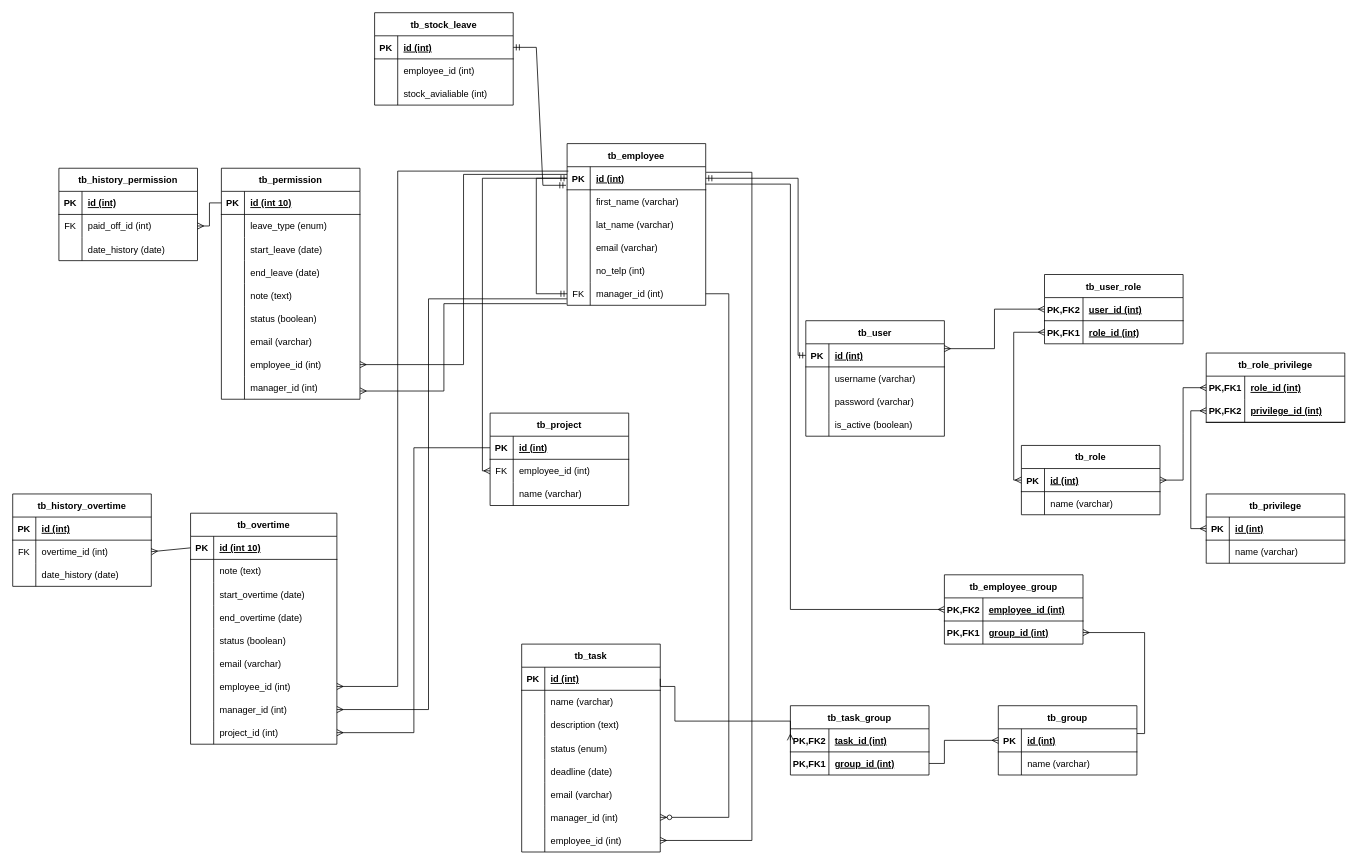
Earlier version of the draw.io diagram Final.drawio (zarmintaa/Skripsi). Source tidied: cells renumbered, new cells numbered last; positions are measured from the earlier drawing's top-left corner, leaving out a move shared by most shapes. Both pictures are drawn from the tidied source at 77%, with x=0, y=0 at pixel (12, 12).
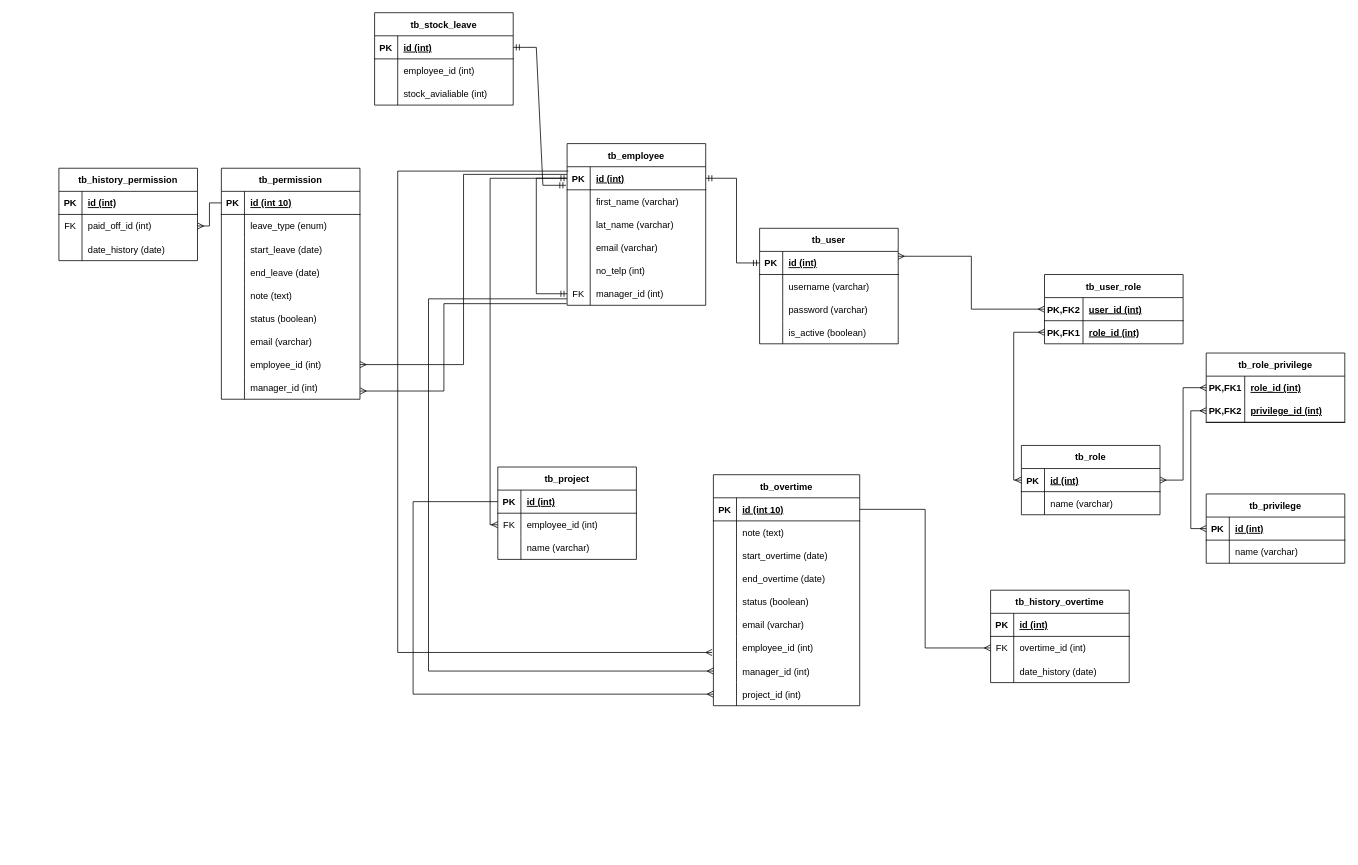
The same page after the edit.

The change refers to these unchanged cells:
```xml
<mxCell id="3" style="shape=tableRow;horizontal=0;startSize=0;swimlaneHead=0;swimlaneBody=0;fillColor=none;points=[[0,0.5],[1,0.5]];portConstraint=eastwest;top=0;left=0;right=0;bottom=1;" parent="2" vertex="1">
  <mxGeometry y="30" width="180" height="30" as="geometry" />
</mxCell>
<mxCell id="30" style="shape=tableRow;horizontal=0;startSize=0;swimlaneHead=0;swimlaneBody=0;fillColor=none;points=[[0,0.5],[1,0.5]];portConstraint=eastwest;top=0;left=0;right=0;bottom=1;" parent="29" vertex="1">
  <mxGeometry y="30" width="180" height="30" as="geometry" />
</mxCell>
<mxCell id="45" style="shape=tableRow;horizontal=0;startSize=0;swimlaneHead=0;swimlaneBody=0;fillColor=none;points=[[0,0.5],[1,0.5]];portConstraint=eastwest;top=0;left=0;right=0;bottom=0;" parent="29" vertex="1">
  <mxGeometry y="180" width="180" height="30" as="geometry" />
</mxCell>
<mxCell id="99" style="shape=tableRow;horizontal=0;startSize=0;swimlaneHead=0;swimlaneBody=0;fillColor=none;points=[[0,0.5],[1,0.5]];portConstraint=eastwest;top=0;left=0;right=0;bottom=0;" parent="95" vertex="1">
  <mxGeometry y="60" width="180" height="30" as="geometry" />
</mxCell>
<mxCell id="171" style="shape=tableRow;horizontal=0;startSize=0;swimlaneHead=0;swimlaneBody=0;fillColor=none;points=[[0,0.5],[1,0.5]];portConstraint=eastwest;top=0;left=0;right=0;bottom=1;" parent="170" vertex="1">
  <mxGeometry y="30" width="190" height="30" as="geometry" />
</mxCell>
<mxCell id="189" style="shape=tableRow;horizontal=0;startSize=0;swimlaneHead=0;swimlaneBody=0;fillColor=none;points=[[0,0.5],[1,0.5]];portConstraint=eastwest;top=0;left=0;right=0;bottom=0;" parent="170" vertex="1">
  <mxGeometry y="210" width="190" height="30" as="geometry" />
</mxCell>
<mxCell id="192" style="shape=tableRow;horizontal=0;startSize=0;swimlaneHead=0;swimlaneBody=0;fillColor=none;points=[[0,0.5],[1,0.5]];portConstraint=eastwest;top=0;left=0;right=0;bottom=0;" parent="170" vertex="1">
  <mxGeometry y="240" width="190" height="30" as="geometry" />
</mxCell>
<mxCell id="195" style="shape=tableRow;horizontal=0;startSize=0;swimlaneHead=0;swimlaneBody=0;fillColor=none;points=[[0,0.5],[1,0.5]];portConstraint=eastwest;top=0;left=0;right=0;bottom=0;" parent="170" vertex="1">
  <mxGeometry y="270" width="190" height="30" as="geometry" />
</mxCell>
<mxCell id="214" style="shape=tableRow;horizontal=0;startSize=0;swimlaneHead=0;swimlaneBody=0;fillColor=none;points=[[0,0.5],[1,0.5]];portConstraint=eastwest;top=0;left=0;right=0;bottom=1;" parent="213" vertex="1">
  <mxGeometry y="30" width="180" height="30" as="geometry" />
</mxCell>
```

Change to the diagram source:
```diff
@@
     <mxCell id="2" value="tb_user" style="shape=table;startSize=30;childLayout=tableLayout;rowLines=0;fontStyle=1;align=center;" parent="1" vertex="1">
-      <mxGeometry x="1030" y="400" width="180" height="150" as="geometry" />
+      <mxGeometry x="970" y="280" width="180" height="150" as="geometry" />
     </mxCell>
@@
     <mxCell id="84" style="edgeStyle=elbowEdgeStyle;fontSize=12;html=1;endArrow=ERmandOne;startArrow=ERmandOne;rounded=0;exitX=0;exitY=0.5;exitDx=0;exitDy=0;entryX=1;entryY=0.5;entryDx=0;entryDy=0;" parent="1" edge="1" source="3" target="30">
       <mxGeometry relative="1" as="geometry">
         <Array as="points">
-          <mxPoint x="1020" y="370" />
+          <mxPoint x="940" y="300" />
           <mxPoint x="1040" y="420" />
           <mxPoint x="980" y="470" />
         </Array>
       </mxGeometry>
     </mxCell>
@@
     <mxCell id="95" value="tb_history_overtime" style="shape=table;startSize=30;childLayout=tableLayout;rowLines=0;fontStyle=1;align=center;" parent="1" vertex="1">
-      <mxGeometry y="625" width="180" height="120" as="geometry" />
+      <mxGeometry x="1270" y="750" width="180" height="120" as="geometry" />
     </mxCell>
@@
-    <mxCell id="116" value="tb_task" style="shape=table;startSize=30;childLayout=tableLayout;rowLines=0;fontStyle=1;align=center;" parent="1" vertex="1">
-      <mxGeometry x="661" y="820" width="180" height="270" as="geometry" />
-    </mxCell>
-    <mxCell id="117" style="shape=tableRow;horizontal=0;startSize=0;swimlaneHead=0;swimlaneBody=0;fillColor=none;points=[[0,0.5],[1,0.5]];portConstraint=eastwest;top=0;left=0;right=0;bottom=1;" parent="116" vertex="1">
-      <mxGeometry y="30" width="180" height="30" as="geometry" />
-    </mxCell>
-    <mxCell id="118" value="PK" style="shape=partialRectangle;fillColor=none;top=0;left=0;bottom=0;right=0;fontStyle=1;overflow=hidden;" parent="117" vertex="1">
-      <mxGeometry width="30" height="30" as="geometry" />
-    </mxCell>
-    <mxCell id="119" value="id (int)" style="shape=partialRectangle;fillColor=none;top=0;left=0;bottom=0;right=0;align=left;spacingLeft=6;fontStyle=5;overflow=hidden;" parent="117" vertex="1">
-      <mxGeometry x="30" width="150" height="30" as="geometry" />
-    </mxCell>
-    <mxCell id="120" style="shape=tableRow;horizontal=0;startSize=0;swimlaneHead=0;swimlaneBody=0;fillColor=none;top=0;left=0;right=0;bottom=0;" parent="116" vertex="1">
-      <mxGeometry y="60" width="180" height="30" as="geometry" />
-    </mxCell>
-    <mxCell id="121" style="shape=partialRectangle;fillColor=none;top=0;left=0;bottom=0;right=0;overflow=hidden;" parent="120" vertex="1">
-      <mxGeometry width="30" height="30" as="geometry" />
-    </mxCell>
-    <mxCell id="122" value="name (varchar)" style="shape=partialRectangle;fillColor=none;top=0;left=0;bottom=0;right=0;align=left;spacingLeft=6;overflow=hidden;" parent="120" vertex="1">
-      <mxGeometry x="30" width="150" height="30" as="geometry" />
-    </mxCell>
-    <mxCell id="123" style="shape=tableRow;horizontal=0;startSize=0;swimlaneHead=0;swimlaneBody=0;fillColor=none;top=0;left=0;right=0;bottom=0;" parent="116" vertex="1">
-      <mxGeometry y="90" width="180" height="30" as="geometry" />
-    </mxCell>
-    <mxCell id="124" style="shape=partialRectangle;fillColor=none;top=0;left=0;bottom=0;right=0;overflow=hidden;" parent="123" vertex="1">
-      <mxGeometry width="30" height="30" as="geometry" />
-    </mxCell>
-    <mxCell id="125" value="description (text)" style="shape=partialRectangle;fillColor=none;top=0;left=0;bottom=0;right=0;align=left;spacingLeft=6;overflow=hidden;" parent="123" vertex="1">
-      <mxGeometry x="30" width="150" height="30" as="geometry" />
-    </mxCell>
-    <mxCell id="126" style="shape=tableRow;horizontal=0;startSize=0;swimlaneHead=0;swimlaneBody=0;fillColor=none;top=0;left=0;right=0;bottom=0;" parent="116" vertex="1">
-      <mxGeometry y="120" width="180" height="30" as="geometry" />
-    </mxCell>
-    <mxCell id="127" style="shape=partialRectangle;fillColor=none;top=0;left=0;bottom=0;right=0;overflow=hidden;" parent="126" vertex="1">
-      <mxGeometry width="30" height="30" as="geometry" />
-    </mxCell>
-    <mxCell id="128" value="status (enum)" style="shape=partialRectangle;fillColor=none;top=0;left=0;bottom=0;right=0;align=left;spacingLeft=6;overflow=hidden;" parent="126" vertex="1">
-      <mxGeometry x="30" width="150" height="30" as="geometry" />
-    </mxCell>
-    <mxCell id="129" style="shape=tableRow;horizontal=0;startSize=0;swimlaneHead=0;swimlaneBody=0;fillColor=none;top=0;left=0;right=0;bottom=0;" parent="116" vertex="1">
-      <mxGeometry y="150" width="180" height="30" as="geometry" />
-    </mxCell>
-    <mxCell id="130" style="shape=partialRectangle;fillColor=none;top=0;left=0;bottom=0;right=0;overflow=hidden;" parent="129" vertex="1">
-      <mxGeometry width="30" height="30" as="geometry" />
-    </mxCell>
-    <mxCell id="131" value="deadline (date)" style="shape=partialRectangle;fillColor=none;top=0;left=0;bottom=0;right=0;align=left;spacingLeft=6;overflow=hidden;" parent="129" vertex="1">
-      <mxGeometry x="30" width="150" height="30" as="geometry" />
-    </mxCell>
-    <mxCell id="132" style="shape=tableRow;horizontal=0;startSize=0;swimlaneHead=0;swimlaneBody=0;fillColor=none;top=0;left=0;right=0;bottom=0;" parent="116" vertex="1">
-      <mxGeometry y="180" width="180" height="30" as="geometry" />
-    </mxCell>
-    <mxCell id="133" style="shape=partialRectangle;fillColor=none;top=0;left=0;bottom=0;right=0;overflow=hidden;" parent="132" vertex="1">
-      <mxGeometry width="30" height="30" as="geometry" />
-    </mxCell>
-    <mxCell id="134" value="email (varchar)" style="shape=partialRectangle;fillColor=none;top=0;left=0;bottom=0;right=0;align=left;spacingLeft=6;overflow=hidden;" parent="132" vertex="1">
-      <mxGeometry x="30" width="150" height="30" as="geometry" />
-    </mxCell>
-    <mxCell id="135" style="shape=tableRow;horizontal=0;startSize=0;swimlaneHead=0;swimlaneBody=0;fillColor=none;points=[[0,0.5],[1,0.5]];portConstraint=eastwest;top=0;left=0;right=0;bottom=0;" parent="116" vertex="1">
-      <mxGeometry y="210" width="180" height="30" as="geometry" />
-    </mxCell>
-    <mxCell id="136" style="shape=partialRectangle;fillColor=none;top=0;left=0;bottom=0;right=0;overflow=hidden;" parent="135" vertex="1">
-      <mxGeometry width="30" height="30" as="geometry" />
-    </mxCell>
-    <mxCell id="137" value="manager_id (int)" style="shape=partialRectangle;fillColor=none;top=0;left=0;bottom=0;right=0;align=left;spacingLeft=6;overflow=hidden;" parent="135" vertex="1">
-      <mxGeometry x="30" width="150" height="30" as="geometry" />
-    </mxCell>
-    <mxCell id="138" style="shape=tableRow;horizontal=0;startSize=0;swimlaneHead=0;swimlaneBody=0;fillColor=none;points=[[0,0.5],[1,0.5]];portConstraint=eastwest;top=0;left=0;right=0;bottom=0;" parent="116" vertex="1">
-      <mxGeometry y="240" width="180" height="30" as="geometry" />
-    </mxCell>
-    <mxCell id="139" style="shape=partialRectangle;fillColor=none;top=0;left=0;bottom=0;right=0;overflow=hidden;" parent="138" vertex="1">
-      <mxGeometry width="30" height="30" as="geometry" />
-    </mxCell>
-    <mxCell id="140" value="employee_id (int)" style="shape=partialRectangle;fillColor=none;top=0;left=0;bottom=0;right=0;align=left;spacingLeft=6;overflow=hidden;" parent="138" vertex="1">
-      <mxGeometry x="30" width="150" height="30" as="geometry" />
-    </mxCell>
-    <mxCell id="141" value="tb_group" style="shape=table;startSize=30;childLayout=tableLayout;rowLines=0;fontStyle=1;align=center;" parent="1" vertex="1">
-      <mxGeometry x="1280" y="900" width="180" height="90" as="geometry" />
-    </mxCell>
-    <mxCell id="142" style="shape=tableRow;horizontal=0;startSize=0;swimlaneHead=0;swimlaneBody=0;fillColor=none;points=[[0,0.5],[1,0.5]];portConstraint=eastwest;top=0;left=0;right=0;bottom=1;" parent="141" vertex="1">
-      <mxGeometry y="30" width="180" height="30" as="geometry" />
-    </mxCell>
-    <mxCell id="143" value="PK" style="shape=partialRectangle;fillColor=none;top=0;left=0;bottom=0;right=0;fontStyle=1;overflow=hidden;" parent="142" vertex="1">
-      <mxGeometry width="30" height="30" as="geometry" />
-    </mxCell>
-    <mxCell id="144" value="id (int)" style="shape=partialRectangle;fillColor=none;top=0;left=0;bottom=0;right=0;align=left;spacingLeft=6;fontStyle=5;overflow=hidden;" parent="142" vertex="1">
-      <mxGeometry x="30" width="150" height="30" as="geometry" />
-    </mxCell>
-    <mxCell id="145" style="shape=tableRow;horizontal=0;startSize=0;swimlaneHead=0;swimlaneBody=0;fillColor=none;top=0;left=0;right=0;bottom=0;" parent="141" vertex="1">
-      <mxGeometry y="60" width="180" height="30" as="geometry" />
-    </mxCell>
-    <mxCell id="146" style="shape=partialRectangle;fillColor=none;top=0;left=0;bottom=0;right=0;overflow=hidden;" parent="145" vertex="1">
-      <mxGeometry width="30" height="30" as="geometry" />
-    </mxCell>
-    <mxCell id="147" value="name (varchar)" style="shape=partialRectangle;fillColor=none;top=0;left=0;bottom=0;right=0;align=left;spacingLeft=6;overflow=hidden;" parent="145" vertex="1">
-      <mxGeometry x="30" width="150" height="30" as="geometry" />
-    </mxCell>
-    <mxCell id="148" value="tb_task_group" style="shape=table;startSize=30;childLayout=tableLayout;rowLines=0;fontStyle=1;align=center;" parent="1" vertex="1">
-      <mxGeometry x="1010" y="900" width="180" height="90" as="geometry" />
-    </mxCell>
-    <mxCell id="149" style="shape=tableRow;horizontal=0;startSize=0;swimlaneHead=0;swimlaneBody=0;fillColor=none;points=[[0,0.5],[1,0.5]];portConstraint=eastwest;top=0;left=0;right=0;bottom=1;" parent="148" vertex="1">
-      <mxGeometry y="30" width="180" height="30" as="geometry" />
-    </mxCell>
-    <mxCell id="150" value="PK,FK2" style="shape=partialRectangle;fillColor=none;top=0;left=0;bottom=0;right=0;fontStyle=1;overflow=hidden;" parent="149" vertex="1">
-      <mxGeometry width="50" height="30" as="geometry" />
-    </mxCell>
-    <mxCell id="151" value="task_id (int)" style="shape=partialRectangle;fillColor=none;top=0;left=0;bottom=0;right=0;align=left;spacingLeft=6;fontStyle=5;overflow=hidden;" parent="149" vertex="1">
-      <mxGeometry x="50" width="130" height="30" as="geometry" />
-    </mxCell>
-    <mxCell id="152" style="shape=tableRow;horizontal=0;startSize=0;swimlaneHead=0;swimlaneBody=0;fillColor=none;points=[[0,0.5],[1,0.5]];portConstraint=eastwest;top=0;left=0;right=0;bottom=0;" parent="148" vertex="1">
-      <mxGeometry y="60" width="180" height="30" as="geometry" />
-    </mxCell>
-    <mxCell id="153" value="PK,FK1" style="shape=partialRectangle;fillColor=none;top=0;left=0;bottom=0;right=0;fontStyle=1;overflow=hidden;" parent="152" vertex="1">
-      <mxGeometry width="50" height="30" as="geometry" />
-    </mxCell>
-    <mxCell id="154" value="group_id (int)" style="shape=partialRectangle;fillColor=none;top=0;left=0;bottom=0;right=0;align=left;spacingLeft=6;fontStyle=5;overflow=hidden;" parent="152" vertex="1">
-      <mxGeometry x="50" width="130" height="30" as="geometry" />
-    </mxCell>
-    <mxCell id="155" value="tb_employee_group" style="shape=table;startSize=30;childLayout=tableLayout;rowLines=0;fontStyle=1;align=center;" parent="1" vertex="1">
-      <mxGeometry x="1210" y="730" width="180" height="90" as="geometry" />
-    </mxCell>
-    <mxCell id="156" style="shape=tableRow;horizontal=0;startSize=0;swimlaneHead=0;swimlaneBody=0;fillColor=none;points=[[0,0.5],[1,0.5]];portConstraint=eastwest;top=0;left=0;right=0;bottom=1;" parent="155" vertex="1">
-      <mxGeometry y="30" width="180" height="30" as="geometry" />
-    </mxCell>
-    <mxCell id="157" value="PK,FK2" style="shape=partialRectangle;fillColor=none;top=0;left=0;bottom=0;right=0;fontStyle=1;overflow=hidden;" parent="156" vertex="1">
-      <mxGeometry width="50" height="30" as="geometry" />
-    </mxCell>
-    <mxCell id="158" value="employee_id (int)" style="shape=partialRectangle;fillColor=none;top=0;left=0;bottom=0;right=0;align=left;spacingLeft=6;fontStyle=5;overflow=hidden;" parent="156" vertex="1">
-      <mxGeometry x="50" width="130" height="30" as="geometry" />
-    </mxCell>
-    <mxCell id="159" style="shape=tableRow;horizontal=0;startSize=0;swimlaneHead=0;swimlaneBody=0;fillColor=none;points=[[0,0.5],[1,0.5]];portConstraint=eastwest;top=0;left=0;right=0;bottom=0;" parent="155" vertex="1">
-      <mxGeometry y="60" width="180" height="30" as="geometry" />
-    </mxCell>
-    <mxCell id="160" value="PK,FK1" style="shape=partialRectangle;fillColor=none;top=0;left=0;bottom=0;right=0;fontStyle=1;overflow=hidden;" parent="159" vertex="1">
-      <mxGeometry width="50" height="30" as="geometry" />
-    </mxCell>
-    <mxCell id="161" value="group_id (int)" style="shape=partialRectangle;fillColor=none;top=0;left=0;bottom=0;right=0;align=left;spacingLeft=6;fontStyle=5;overflow=hidden;" parent="159" vertex="1">
-      <mxGeometry x="50" width="130" height="30" as="geometry" />
-    </mxCell>
-    <mxCell id="162" style="edgeStyle=elbowEdgeStyle;fontSize=12;html=1;endArrow=ERmany;rounded=0;entryX=0;entryY=0.5;entryDx=0;entryDy=0;exitX=1;exitY=0.5;exitDx=0;exitDy=0;" parent="1" edge="1" source="152" target="142">
-      <mxGeometry relative="1" as="geometry">
-        <Array as="points">
-          <mxPoint x="1210" y="940" />
-        </Array>
-      </mxGeometry>
-    </mxCell>
-    <mxCell id="163" style="edgeStyle=orthogonalEdgeStyle;fontSize=12;html=1;endArrow=ERmany;rounded=0;entryX=0;entryY=0.5;entryDx=0;entryDy=0;exitX=0.998;exitY=0.752;exitDx=0;exitDy=0;exitPerimeter=0;" parent="1" edge="1" source="30" target="156">
-      <mxGeometry relative="1" as="geometry">
-        <Array as="points">
-          <mxPoint x="1010" y="223" />
-          <mxPoint x="1010" y="775" />
-        </Array>
-      </mxGeometry>
-    </mxCell>
-    <mxCell id="164" style="edgeStyle=orthogonalEdgeStyle;fontSize=12;html=1;endArrow=ERmany;rounded=0;exitX=1;exitY=0.5;exitDx=0;exitDy=0;entryX=0;entryY=0.5;entryDx=0;entryDy=0;" parent="1" edge="1" source="117" target="149">
-      <mxGeometry relative="1" as="geometry">
-        <Array as="points">
-          <mxPoint x="860" y="875" />
-          <mxPoint x="860" y="920" />
-          <mxPoint x="1010" y="920" />
-        </Array>
-      </mxGeometry>
-    </mxCell>
-    <mxCell id="165" style="edgeStyle=elbowEdgeStyle;fontSize=12;html=1;endArrow=ERmany;rounded=0;exitX=1.003;exitY=0.242;exitDx=0;exitDy=0;entryX=1;entryY=0.5;entryDx=0;entryDy=0;exitPerimeter=0;" parent="1" edge="1" source="30" target="138">
-      <mxGeometry relative="1" as="geometry">
-        <Array as="points">
-          <mxPoint x="960" y="900" />
-          <mxPoint x="990" y="660" />
-        </Array>
-      </mxGeometry>
-    </mxCell>
-    <mxCell id="166" style="edgeStyle=orthogonalEdgeStyle;fontSize=12;html=1;endArrow=ERmany;rounded=0;elbow=vertical;exitX=1.001;exitY=0.205;exitDx=0;exitDy=0;exitPerimeter=0;entryX=1;entryY=0.5;entryDx=0;entryDy=0;" parent="1" edge="1" source="142" target="159">
-      <mxGeometry relative="1" as="geometry" />
-    </mxCell>
@@
     <mxCell id="170" value="tb_overtime" style="shape=table;startSize=30;childLayout=tableLayout;rowLines=0;fontStyle=1;align=center;" parent="1" vertex="1">
-      <mxGeometry x="231" y="650" width="190" height="300" as="geometry" />
+      <mxGeometry x="910" y="600" width="190" height="300" as="geometry" />
     </mxCell>
@@
-    <mxCell id="198" style="edgeStyle=elbowEdgeStyle;fontSize=12;html=1;endArrow=ERmany;rounded=0;exitX=0.009;exitY=0.19;exitDx=0;exitDy=0;entryX=1;entryY=0.5;entryDx=0;entryDy=0;exitPerimeter=0;" parent="1" edge="1" source="30" target="189">
+    <mxCell id="198" style="edgeStyle=elbowEdgeStyle;fontSize=12;html=1;endArrow=ERmany;rounded=0;exitX=0.009;exitY=0.19;exitDx=0;exitDy=0;exitPerimeter=0;entryX=-0.009;entryY=0.696;entryDx=0;entryDy=0;entryPerimeter=0;" parent="1" edge="1" source="30" target="189">
       <mxGeometry relative="1" as="geometry">
         <Array as="points">
           <mxPoint x="500" y="550" />
         </Array>
       </mxGeometry>
     </mxCell>
-    <mxCell id="199" style="edgeStyle=elbowEdgeStyle;fontSize=12;html=1;endArrow=ERmany;rounded=0;entryX=1;entryY=0.5;entryDx=0;entryDy=0;exitX=-0.002;exitY=0.72;exitDx=0;exitDy=0;exitPerimeter=0;" parent="1" edge="1" source="45" target="192">
+    <mxCell id="199" style="edgeStyle=elbowEdgeStyle;fontSize=12;html=1;endArrow=ERmany;rounded=0;exitX=-0.002;exitY=0.72;exitDx=0;exitDy=0;exitPerimeter=0;entryX=0;entryY=0.5;entryDx=0;entryDy=0;" parent="1" edge="1" source="45" target="192">
       <mxGeometry relative="1" as="geometry">
         <Array as="points">
           <mxPoint x="540" y="630" />
         </Array>
       </mxGeometry>
     </mxCell>
-    <mxCell id="200" style="fontSize=12;html=1;endArrow=ERmany;rounded=0;entryX=1;entryY=0.5;entryDx=0;entryDy=0;exitX=0;exitY=0.5;exitDx=0;exitDy=0;" parent="1" edge="1" source="171" target="99">
+    <mxCell id="200" style="fontSize=12;html=1;endArrow=ERmany;rounded=0;entryX=0;entryY=0.5;entryDx=0;entryDy=0;exitX=1;exitY=0.5;exitDx=0;exitDy=0;edgeStyle=elbowEdgeStyle;" parent="1" edge="1" source="171" target="99">
       <mxGeometry relative="1" as="geometry" />
     </mxCell>
@@
-    <mxCell id="212" style="edgeStyle=entityRelationEdgeStyle;fontSize=12;html=1;endArrow=ERzeroToMany;endFill=1;rounded=0;entryX=1;entryY=0.5;entryDx=0;entryDy=0;" parent="1" edge="1" source="45" target="135">
-      <mxGeometry relative="1" as="geometry" />
-    </mxCell>
     <mxCell id="213" value="tb_project" style="shape=table;startSize=30;childLayout=tableLayout;rowLines=0;fontStyle=1;align=center;" parent="1" vertex="1">
-      <mxGeometry x="620" y="520" width="180" height="120" as="geometry" />
+      <mxGeometry x="630" y="590" width="180" height="120" as="geometry" />
     </mxCell>
@@
-    <mxCell id="224" style="edgeStyle=elbowEdgeStyle;fontSize=12;html=1;endArrow=ERmany;rounded=0;entryX=1;entryY=0.5;entryDx=0;entryDy=0;exitX=0;exitY=0.5;exitDx=0;exitDy=0;" parent="1" edge="1" source="214" target="195">
-      <mxGeometry relative="1" as="geometry" />
+    <mxCell id="224" style="edgeStyle=elbowEdgeStyle;fontSize=12;html=1;endArrow=ERmany;rounded=0;entryX=0;entryY=0.5;entryDx=0;entryDy=0;exitX=0;exitY=0.5;exitDx=0;exitDy=0;" parent="1" edge="1" source="214" target="195">
+      <mxGeometry relative="1" as="geometry">
+        <Array as="points">
+          <mxPoint x="520" y="860" />
+        </Array>
+      </mxGeometry>
     </mxCell>
```
